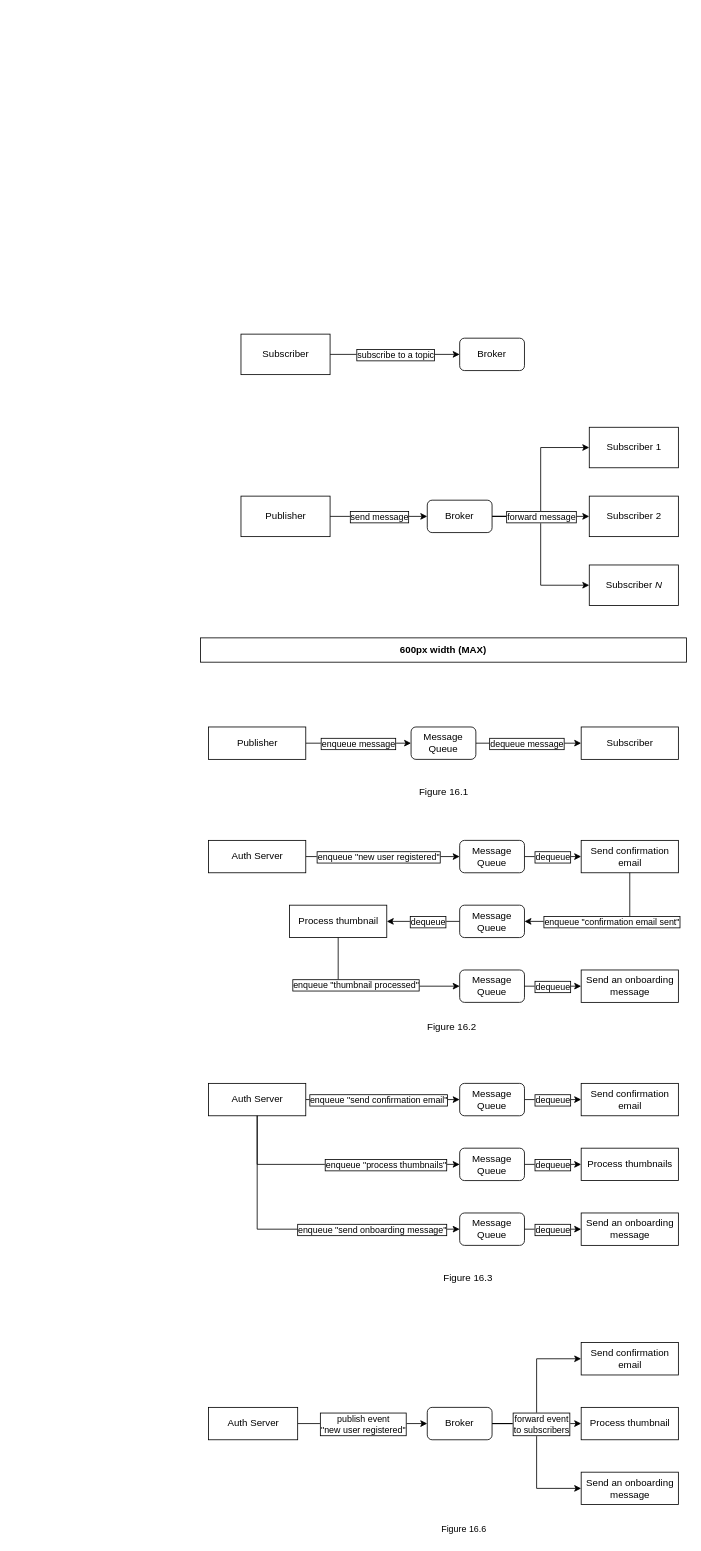
Above: page "Pub-Sub" (3 of 7) of Diagrams/Microservices.drawio in PacktPublishing/Architecting-ASP.NET-Core-Applications-3E (draw.io), before the change. Source tidied: cells renumbered, new cells numbered last; positions are measured from the earlier drawing's top-left corner, leaving out a move shared by most shapes. Both pictures are drawn from the tidied source at 81%, with x=0, y=0 at pixel (200, 334).
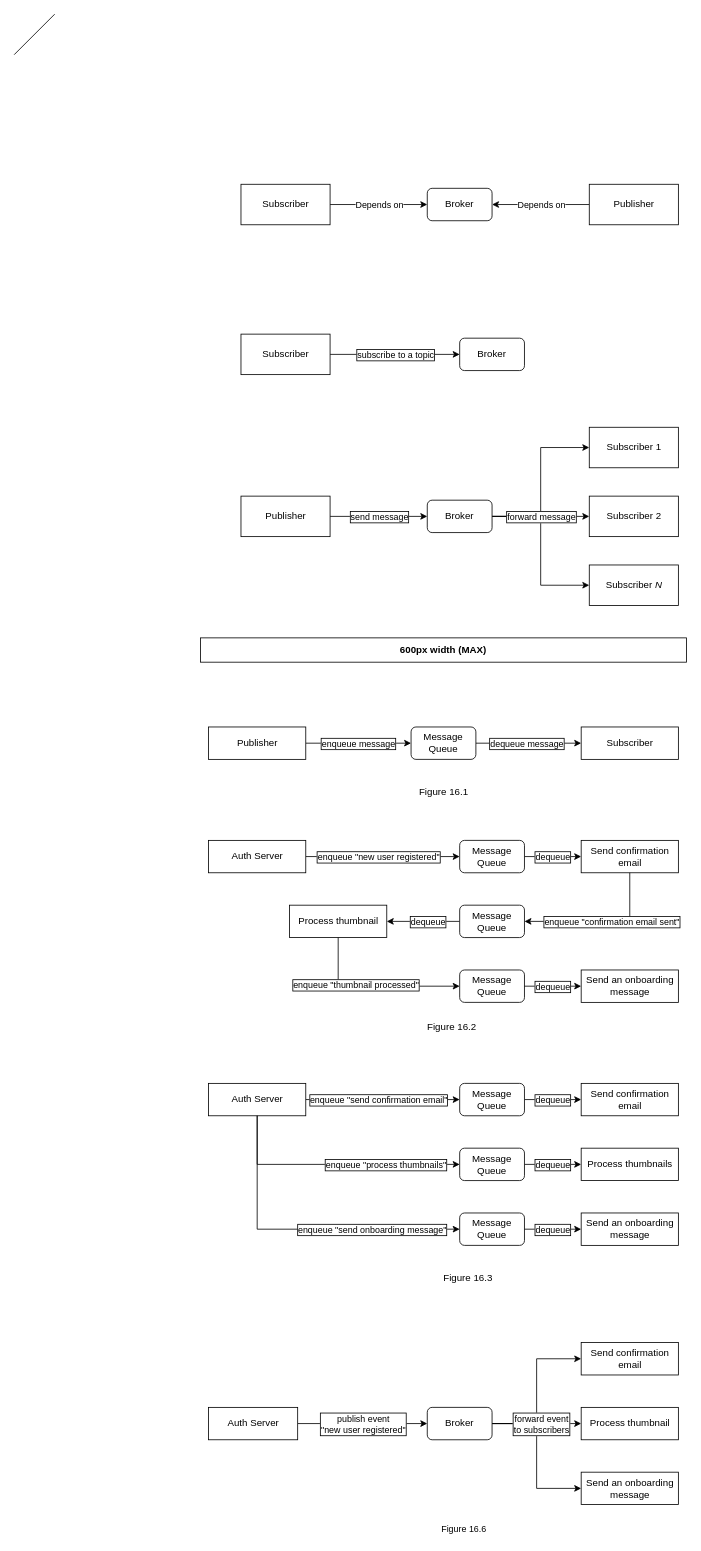
The same page after the edit.

What changed in the source:
```diff
@@
+    <mxCell id="78" style="edgeStyle=elbowEdgeStyle;rounded=0;jettySize=auto;startArrow=classic;startFill=1;endArrow=none;endFill=0;fontColor=default;labelBackgroundColor=default;html=1;" parent="1" edge="1" source="80" target="81">
+      <mxGeometry relative="1" as="geometry" />
+    </mxCell>
+    <mxCell id="79" value="Depends on" style="edgeLabel;html=1;align=center;verticalAlign=middle;labelBorderColor=none;fontColor=default;labelBackgroundColor=default;" parent="78" vertex="1">
+      <mxGeometry x="-0.67" relative="1" as="geometry">
+        <mxPoint x="-40" as="offset" />
+      </mxGeometry>
+    </mxCell>
+    <mxCell id="80" value="Broker" style="rounded=1;whiteSpace=wrap;html=1;" parent="1" vertex="1">
+      <mxGeometry x="280" y="-180" width="80" height="40" as="geometry" />
+    </mxCell>
+    <mxCell id="81" value="Subscriber" style="html=1;" parent="1" vertex="1">
+      <mxGeometry x="50" y="-185" width="110" height="50" as="geometry" />
+    </mxCell>
+    <mxCell id="82" style="edgeStyle=none;html=1;" parent="1" edge="1" source="84" target="80">
+      <mxGeometry relative="1" as="geometry" />
+    </mxCell>
+    <mxCell id="83" value="Depends on" style="edgeLabel;html=1;align=center;verticalAlign=middle;" parent="82" vertex="1">
+      <mxGeometry x="0.53" y="-2" relative="1" as="geometry">
+        <mxPoint x="32" y="2" as="offset" />
+      </mxGeometry>
+    </mxCell>
+    <mxCell id="84" value="Publisher" style="html=1;" parent="1" vertex="1">
+      <mxGeometry x="480" y="-185" width="110" height="50" as="geometry" />
+    </mxCell>
+    <mxCell id="85" style="endArrow=none;html=1;" parent="1" edge="1">
+      <mxGeometry relative="1" as="geometry">
+        <mxPoint x="-230" y="-345" as="sourcePoint" />
+        <mxPoint x="-180" y="-395" as="targetPoint" />
+      </mxGeometry>
+    </mxCell>
```
